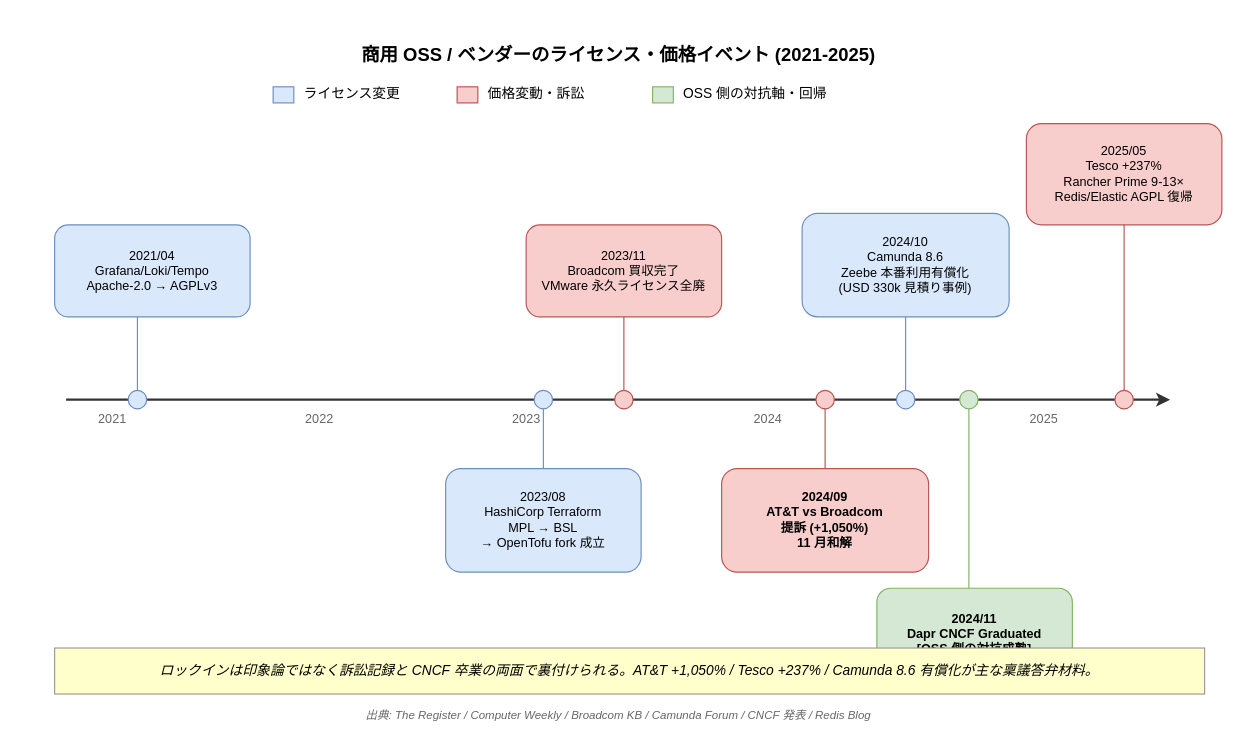
This is docs/01_企画/02_競合と差別化/img/ロックインイベントタイムライン.drawio from RyuheiKiso/k1s0, a draw.io file, before an edit. Source tidied: cells renumbered, new cells numbered last; positions are measured from the earlier drawing's top-left corner, leaving out a move shared by most shapes. Both pictures are drawn from the tidied source at 115%, with x=0, y=0 at pixel (20, 20).
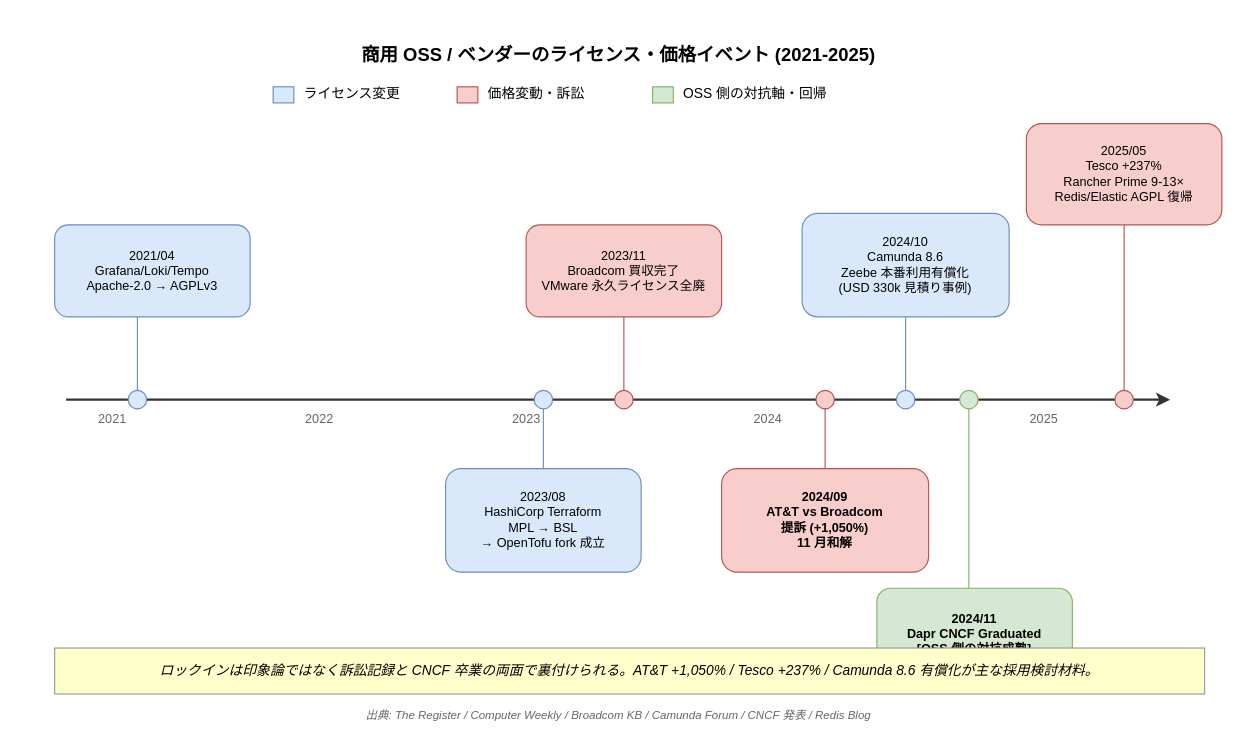
Above is the later version.

What changed in the source:
```diff
@@
-    <mxCell id="37" value="ロックインは印象論ではなく訴訟記録と CNCF 卒業の両面で裏付けられる。AT&amp;amp;T +1,050% / Tesco +237% / Camunda 8.6 有償化が主な稟議答弁材料。" style="rounded=0;whiteSpace=wrap;html=1;fillColor=#FFFFCC;strokeColor=#999999;fontSize=12;fontStyle=2;" parent="1" vertex="1">
+    <mxCell id="37" value="ロックインは印象論ではなく訴訟記録と CNCF 卒業の両面で裏付けられる。AT&amp;amp;T +1,050% / Tesco +237% / Camunda 8.6 有償化が主な採用検討材料。" style="rounded=0;whiteSpace=wrap;html=1;fillColor=#FFFFCC;strokeColor=#999999;fontSize=12;fontStyle=2;" parent="1" vertex="1">
       <mxGeometry x="30" y="546" width="1000" height="40" as="geometry" />
     </mxCell>
```
